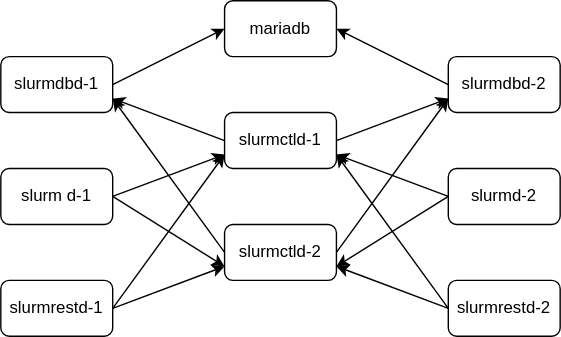
csniper-patrick/slurm-container keeps this draw.io diagram as imgs/ha-compose.drawio.svg. Above is the earlier version. Source tidied: cells renumbered, new cells last; positions are measured from the earlier drawing's top-left corner, leaving out a move shared by most shapes.
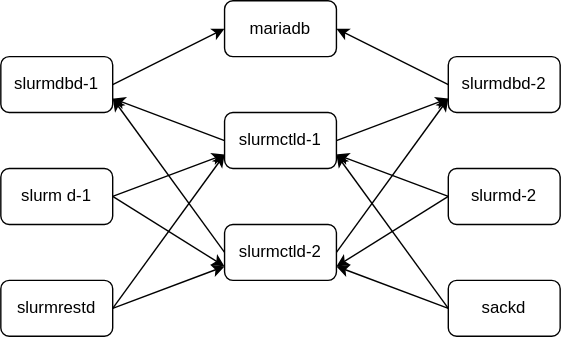
After the change.

Change to the diagram source:
```diff
@@ -59,7 +59,7 @@
     <mxCell id="20" style="edgeStyle=none;html=1;exitX=1;exitY=0.5;exitDx=0;exitDy=0;entryX=0;entryY=0.75;entryDx=0;entryDy=0;" parent="1" edge="1" source="21" target="12">
       <mxGeometry relative="1" as="geometry" />
     </mxCell>
-    <mxCell id="21" value="slurmrestd-1" style="rounded=1;whiteSpace=wrap;html=1;" parent="1" vertex="1">
+    <mxCell id="21" value="slurmrestd" style="rounded=1;whiteSpace=wrap;html=1;" parent="1" vertex="1">
       <mxGeometry y="200" width="80" height="40" as="geometry" />
     </mxCell>
     <mxCell id="22" style="edgeStyle=none;html=1;exitX=0;exitY=0.5;exitDx=0;exitDy=0;entryX=1;entryY=0.75;entryDx=0;entryDy=0;" parent="1" edge="1" source="24" target="9">
@@ -68,7 +68,7 @@
     <mxCell id="23" style="edgeStyle=none;html=1;exitX=0;exitY=0.5;exitDx=0;exitDy=0;entryX=1;entryY=0.75;entryDx=0;entryDy=0;" parent="1" edge="1" source="24" target="12">
       <mxGeometry relative="1" as="geometry" />
     </mxCell>
-    <mxCell id="24" value="slurmrestd-2" style="rounded=1;whiteSpace=wrap;html=1;" parent="1" vertex="1">
+    <mxCell id="24" value="sackd" style="rounded=1;whiteSpace=wrap;html=1;" parent="1" vertex="1">
       <mxGeometry x="320" y="200" width="80" height="40" as="geometry" />
     </mxCell>
   </root>
```
